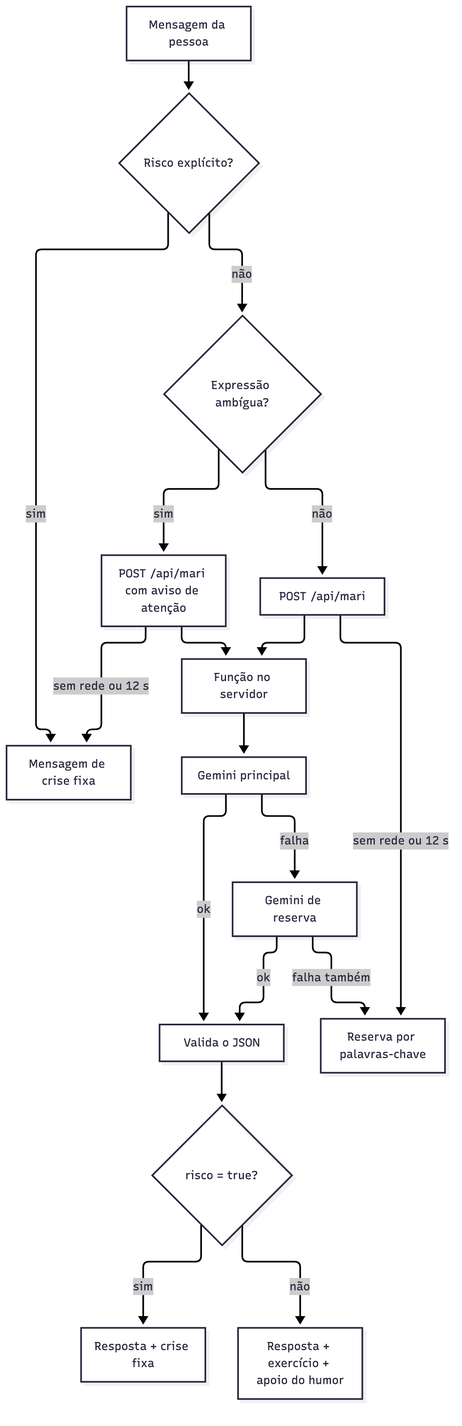
Above: docs/fluxo-mari.png in MERECHIA/mari-assistente (Mermaid), before the change. Its source is kept beside it as docs/fluxo-mari.mmd.
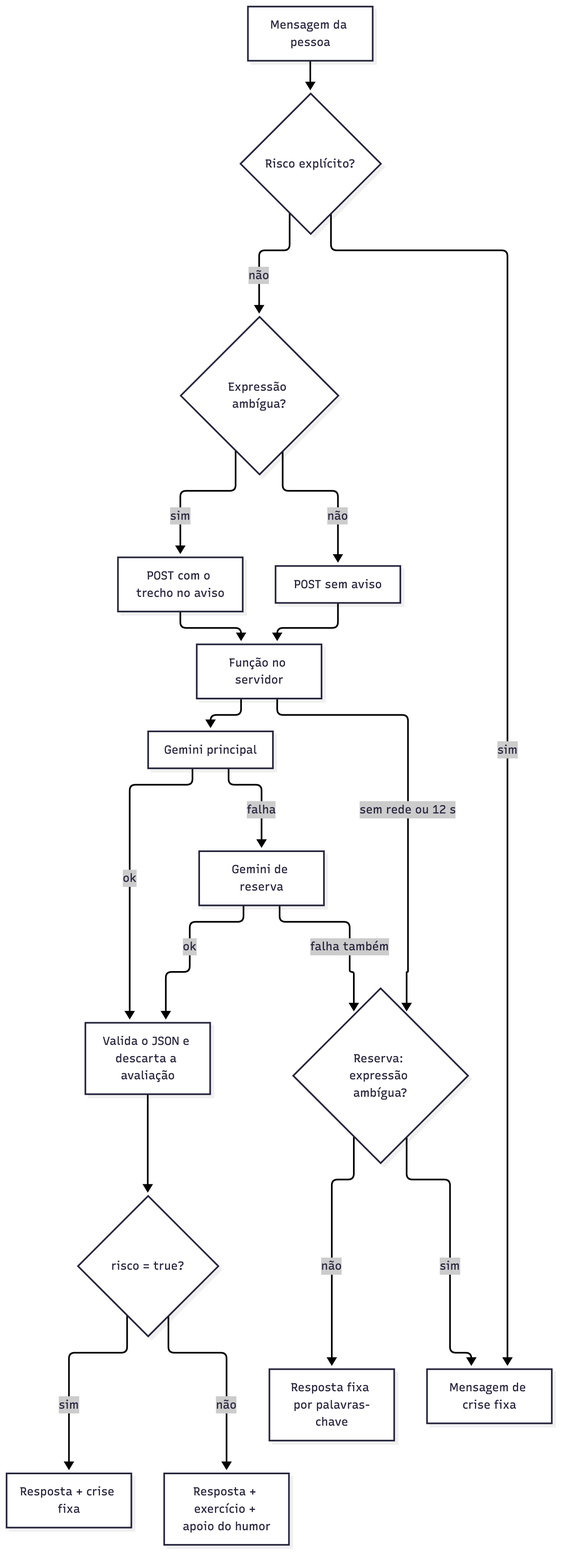
Above is the later version.

Commit message:
Documentação da versão atual: duas camadas, trecho e avaliação de risco, métricas

What changed in the source:
```diff
@@ -2,17 +2,18 @@
     A[Mensagem da pessoa] --> B{Risco explícito?}
     B -- sim --> C[Mensagem de crise fixa]
     B -- não --> B2{Expressão ambígua?}
-    B2 -- sim --> D2[POST /api/mari com aviso de atenção]
-    B2 -- não --> D[POST /api/mari]
-    D2 -- sem rede ou 12 s --> C
+    B2 -- sim --> D2[POST com o trecho no aviso]
+    B2 -- não --> D[POST sem aviso]
     D2 --> E[Função no servidor]
     D --> E
-    D -- sem rede ou 12 s --> L[Reserva por palavras-chave]
     E --> F[Gemini principal]
-    F -- ok --> H[Valida o JSON]
+    F -- ok --> H[Valida o JSON e descarta a avaliação]
     F -- falha --> G[Gemini de reserva]
     G -- ok --> H
-    G -- falha também --> L
+    G -- falha também --> L{Reserva: expressão ambígua?}
+    E -- sem rede ou 12 s --> L
+    L -- sim --> C
+    L -- não --> M[Resposta fixa por palavras-chave]
     H --> I{risco = true?}
     I -- sim --> J[Resposta + crise fixa]
     I -- não --> K[Resposta + exercício + apoio do humor]
```
